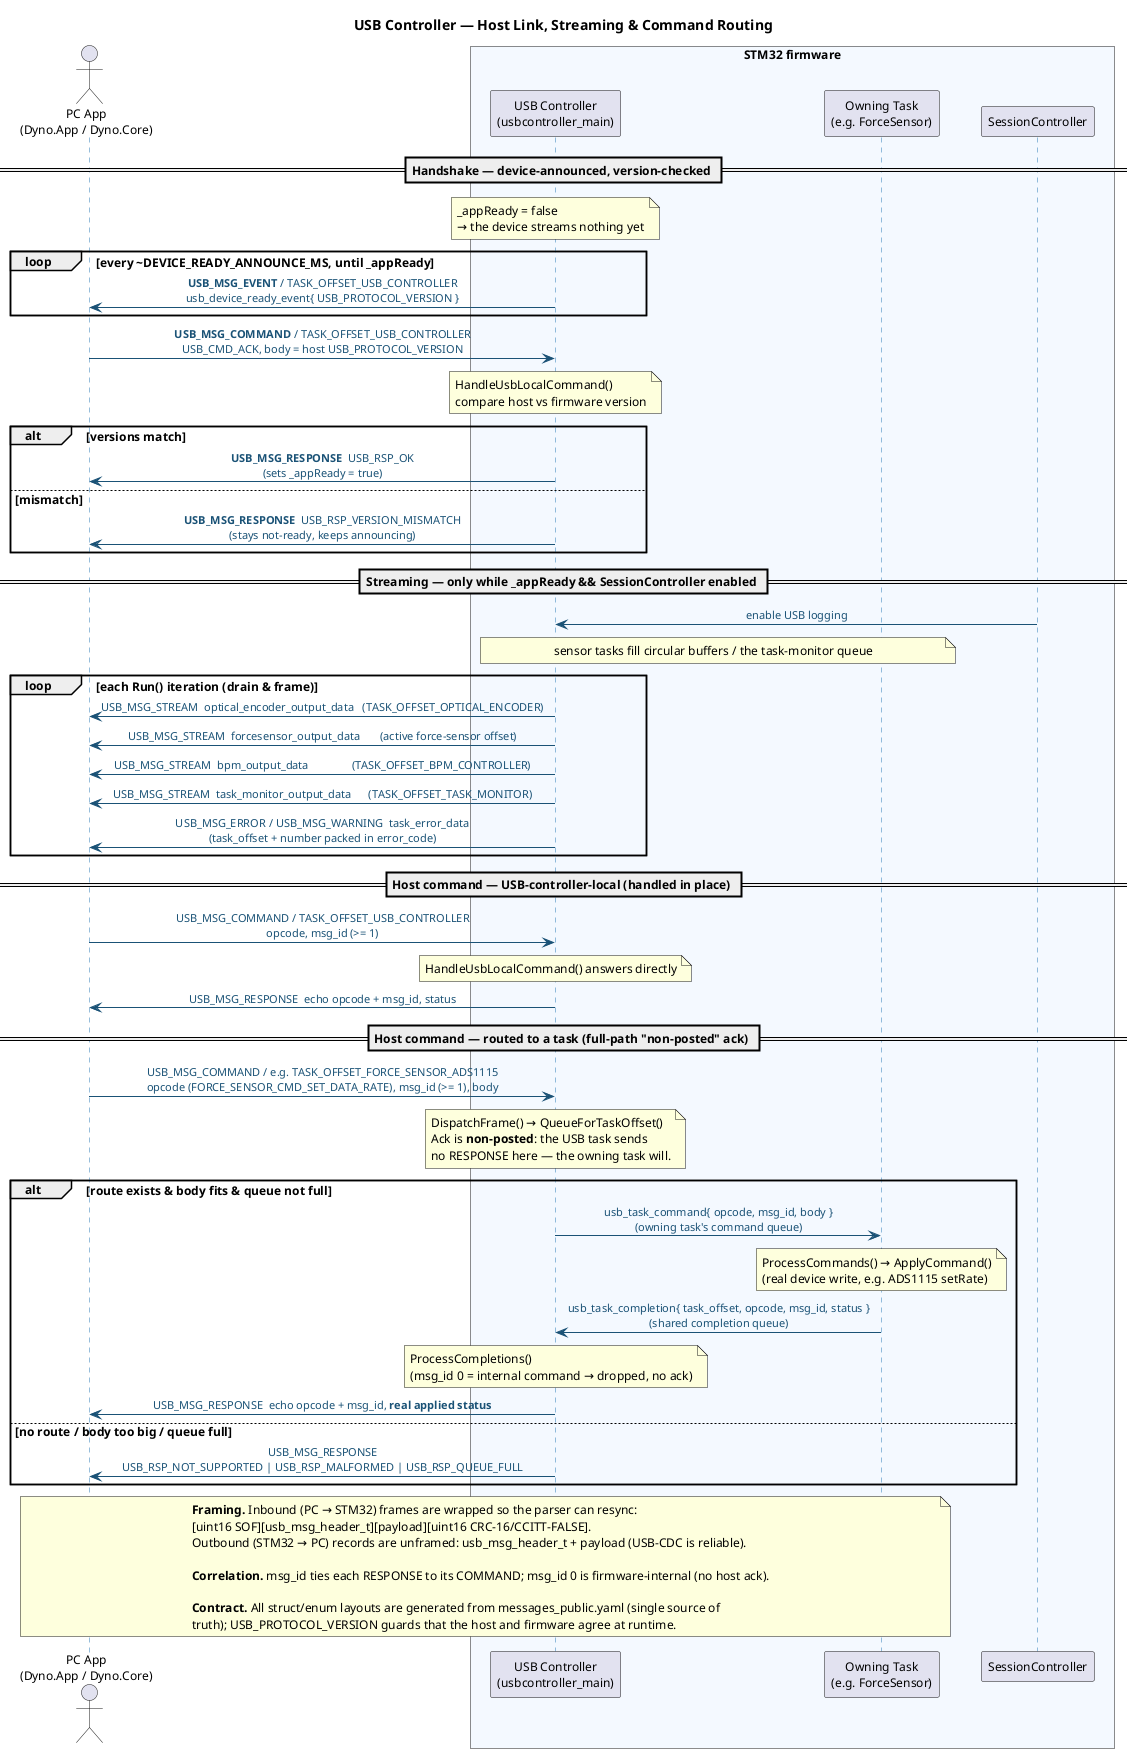
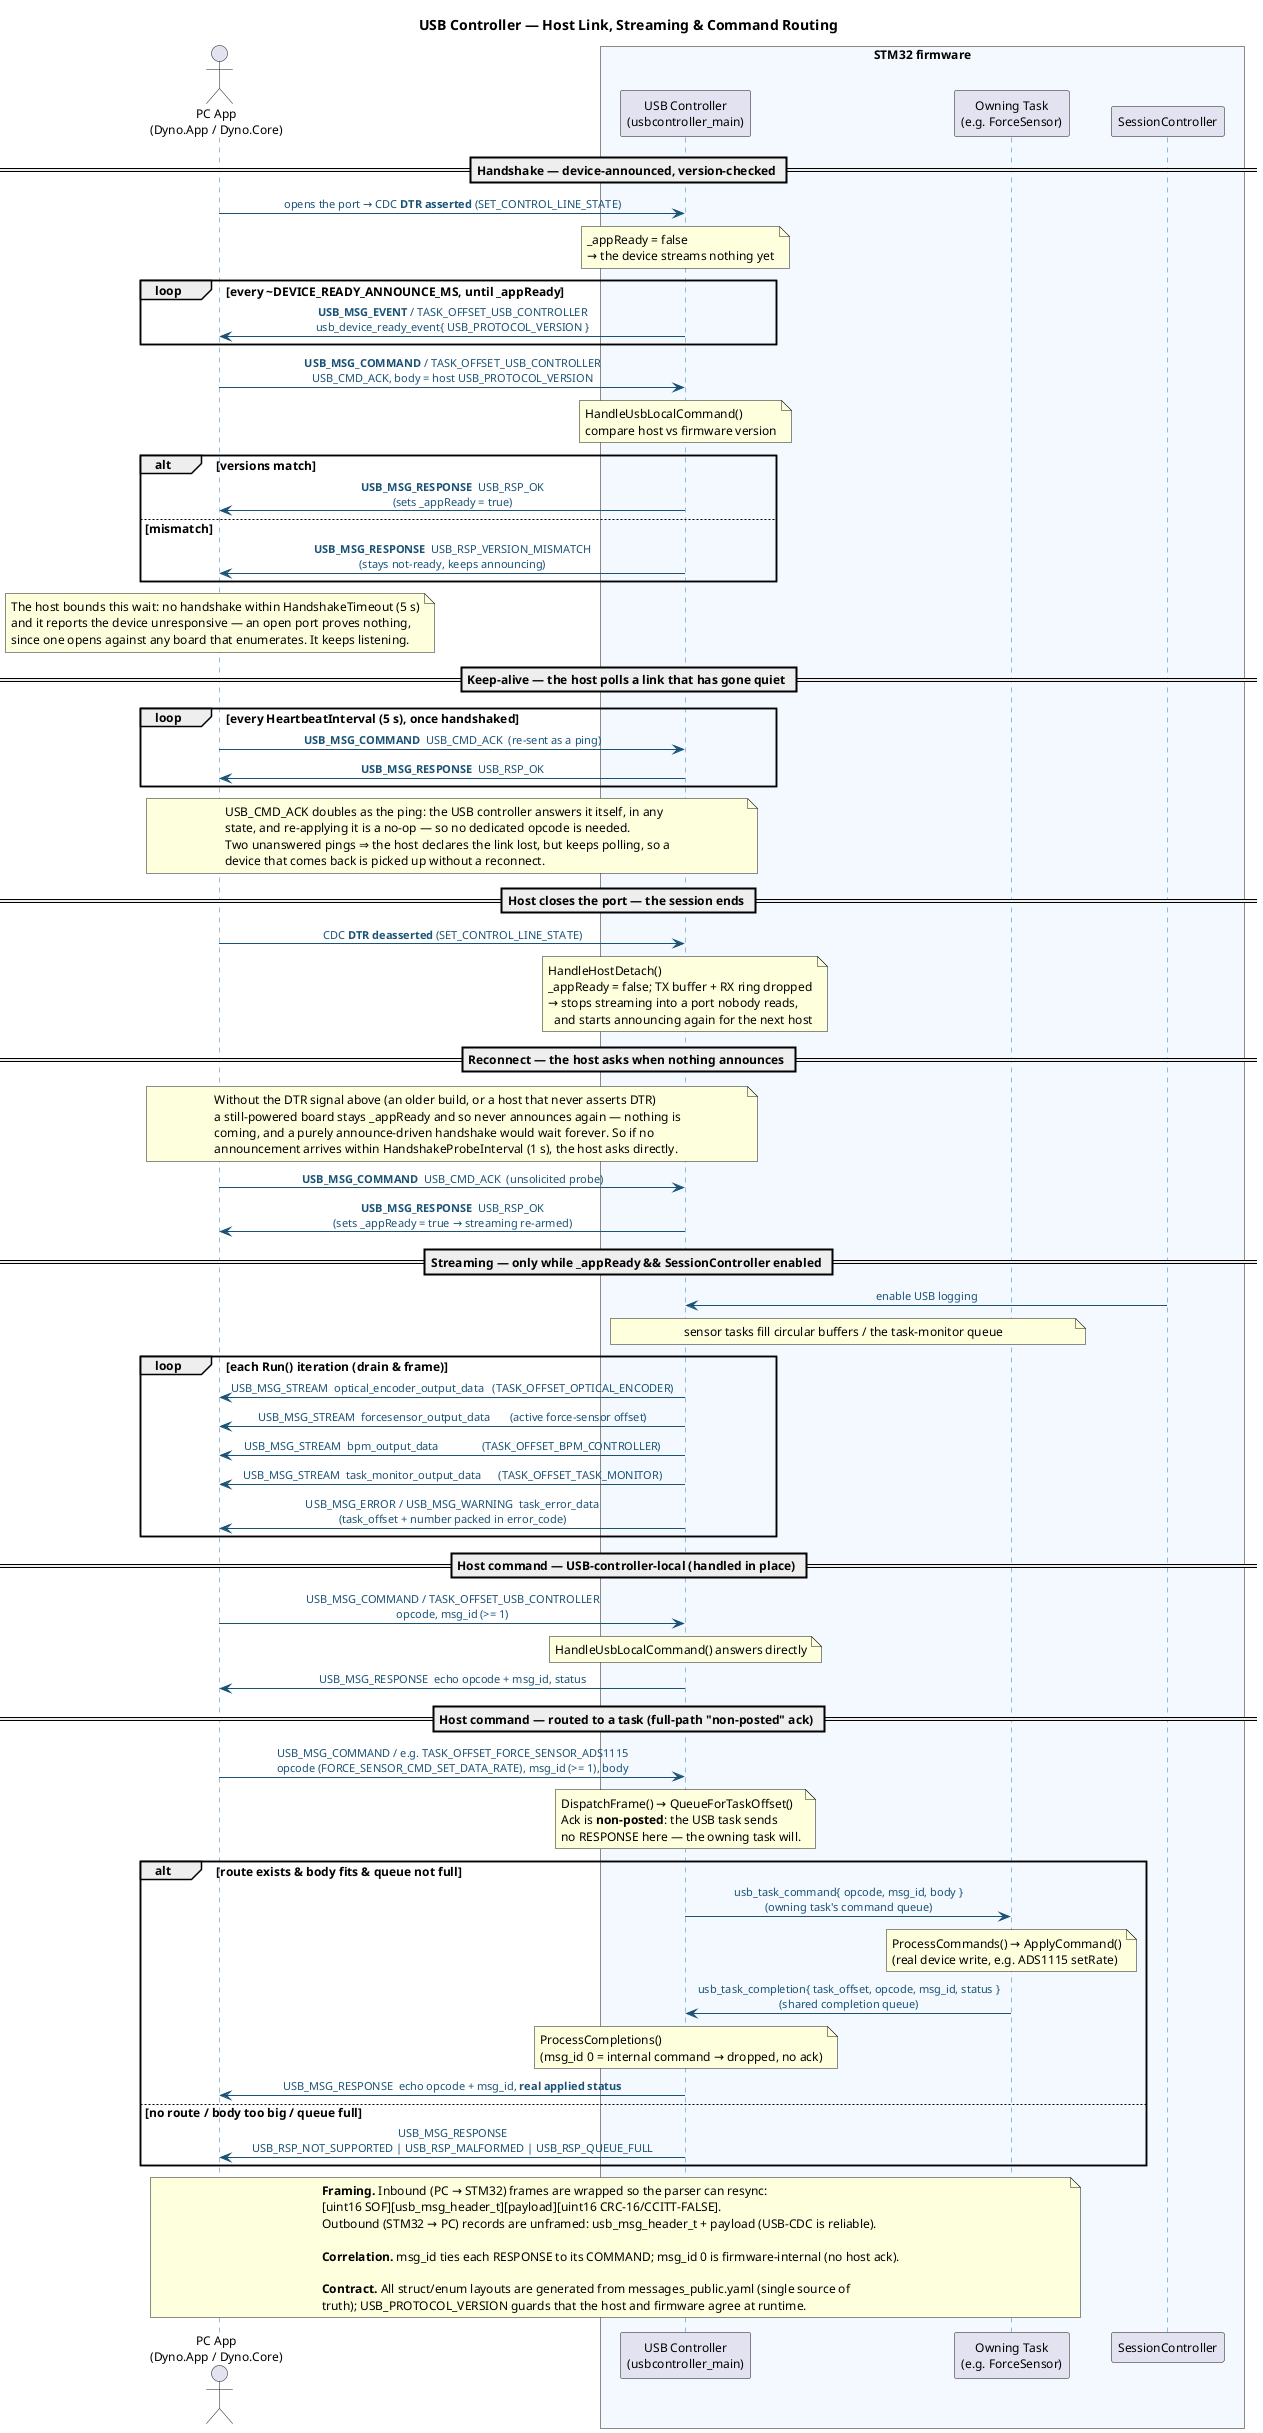
@startuml USB Message Flow

title USB Controller — Host Link, Streaming & Command Routing

skinparam defaultFontSize 12
skinparam shadowing false
skinparam sequenceMessageAlign center
skinparam ParticipantPadding 16
skinparam BoxPadding 12
skinparam sequence {
    LifeLineBorderColor #2C7BB6
    ArrowColor #1A5276
    ArrowFontColor #1A5276
    ArrowFontSize 11
}

actor "PC App\n(Dyno.App / Dyno.Core)" as App
box "STM32 firmware" #F4F9FF
participant "USB Controller\n(usbcontroller_main)" as USB
participant "Owning Task\n(e.g. ForceSensor)" as Task
participant "SessionController" as Session
end box

== Handshake — device-announced, version-checked ==

+ App -> USB : opens the port → CDC **DTR asserted** (SET_CONTROL_LINE_STATE)
note over USB
  _appReady = false
  → the device streams nothing yet
end note

loop every ~DEVICE_READY_ANNOUNCE_MS, until _appReady
    USB -> App : **USB_MSG_EVENT** / TASK_OFFSET_USB_CONTROLLER\nusb_device_ready_event{ USB_PROTOCOL_VERSION }
end

App -> USB : **USB_MSG_COMMAND** / TASK_OFFSET_USB_CONTROLLER\nUSB_CMD_ACK, body = host USB_PROTOCOL_VERSION
note over USB : HandleUsbLocalCommand()\ncompare host vs firmware version

alt versions match
    USB -> App : **USB_MSG_RESPONSE**  USB_RSP_OK\n(sets _appReady = true)
else mismatch
    USB -> App : **USB_MSG_RESPONSE**  USB_RSP_VERSION_MISMATCH\n(stays not-ready, keeps announcing)
end
+ 
+ note over App
+   The host bounds this wait: no handshake within HandshakeTimeout (5 s)
+   and it reports the device unresponsive — an open port proves nothing,
+   since one opens against any board that enumerates. It keeps listening.
+ end note
+ 
+ == Keep-alive — the host polls a link that has gone quiet ==
+ 
+ loop every HeartbeatInterval (5 s), once handshaked
+     App -> USB : **USB_MSG_COMMAND**  USB_CMD_ACK  (re-sent as a ping)
+     USB -> App : **USB_MSG_RESPONSE**  USB_RSP_OK
+ end
+ note over App, USB
+   USB_CMD_ACK doubles as the ping: the USB controller answers it itself, in any
+   state, and re-applying it is a no-op — so no dedicated opcode is needed.
+   Two unanswered pings ⇒ the host declares the link lost, but keeps polling, so a
+   device that comes back is picked up without a reconnect.
+ end note
+ 
+ == Host closes the port — the session ends ==
+ 
+ App -> USB : CDC **DTR deasserted** (SET_CONTROL_LINE_STATE)
+ note over USB
+   HandleHostDetach()
+   _appReady = false; TX buffer + RX ring dropped
+   → stops streaming into a port nobody reads,
+     and starts announcing again for the next host
+ end note
+ 
+ == Reconnect — the host asks when nothing announces ==
+ 
+ note over App, USB
+   Without the DTR signal above (an older build, or a host that never asserts DTR)
+   a still-powered board stays _appReady and so never announces again — nothing is
+   coming, and a purely announce-driven handshake would wait forever. So if no
+   announcement arrives within HandshakeProbeInterval (1 s), the host asks directly.
+ end note
+ 
+ App -> USB : **USB_MSG_COMMAND**  USB_CMD_ACK  (unsolicited probe)
+ USB -> App : **USB_MSG_RESPONSE**  USB_RSP_OK\n(sets _appReady = true → streaming re-armed)

== Streaming — only while _appReady && SessionController enabled ==

Session -> USB : enable USB logging
note over USB, Task : sensor tasks fill circular buffers / the task-monitor queue

loop each Run() iteration (drain & frame)
    USB -> App : USB_MSG_STREAM  optical_encoder_output_data   (TASK_OFFSET_OPTICAL_ENCODER)
    USB -> App : USB_MSG_STREAM  forcesensor_output_data       (active force-sensor offset)
    USB -> App : USB_MSG_STREAM  bpm_output_data               (TASK_OFFSET_BPM_CONTROLLER)
    USB -> App : USB_MSG_STREAM  task_monitor_output_data      (TASK_OFFSET_TASK_MONITOR)
    USB -> App : USB_MSG_ERROR / USB_MSG_WARNING  task_error_data\n(task_offset + number packed in error_code)
end

== Host command — USB-controller-local (handled in place) ==

App -> USB : USB_MSG_COMMAND / TASK_OFFSET_USB_CONTROLLER\nopcode, msg_id (>= 1)
note over USB : HandleUsbLocalCommand() answers directly
USB -> App : USB_MSG_RESPONSE  echo opcode + msg_id, status

== Host command — routed to a task (full-path "non-posted" ack) ==

App -> USB : USB_MSG_COMMAND / e.g. TASK_OFFSET_FORCE_SENSOR_ADS1115\nopcode (FORCE_SENSOR_CMD_SET_DATA_RATE), msg_id (>= 1), body
note over USB
  DispatchFrame() → QueueForTaskOffset()
  Ack is **non-posted**: the USB task sends
  no RESPONSE here — the owning task will.
end note

alt route exists & body fits & queue not full
    USB -> Task : usb_task_command{ opcode, msg_id, body }\n(owning task's command queue)
    note over Task : ProcessCommands() → ApplyCommand()\n(real device write, e.g. ADS1115 setRate)
    Task -> USB : usb_task_completion{ task_offset, opcode, msg_id, status }\n(shared completion queue)
    note over USB : ProcessCompletions()\n(msg_id 0 = internal command → dropped, no ack)
    USB -> App : USB_MSG_RESPONSE  echo opcode + msg_id, **real applied status**
else no route / body too big / queue full
    USB -> App : USB_MSG_RESPONSE\nUSB_RSP_NOT_SUPPORTED | USB_RSP_MALFORMED | USB_RSP_QUEUE_FULL
end

note over App, Task
  **Framing.** Inbound (PC → STM32) frames are wrapped so the parser can resync:
  [uint16 SOF][usb_msg_header_t][payload][uint16 CRC-16/CCITT-FALSE].
  Outbound (STM32 → PC) records are unframed: usb_msg_header_t + payload (USB-CDC is reliable).

  **Correlation.** msg_id ties each RESPONSE to its COMMAND; msg_id 0 is firmware-internal (no host ack).

  **Contract.** All struct/enum layouts are generated from messages_public.yaml (single source of
  truth); USB_PROTOCOL_VERSION guards that the host and firmware agree at runtime.
end note

@enduml
